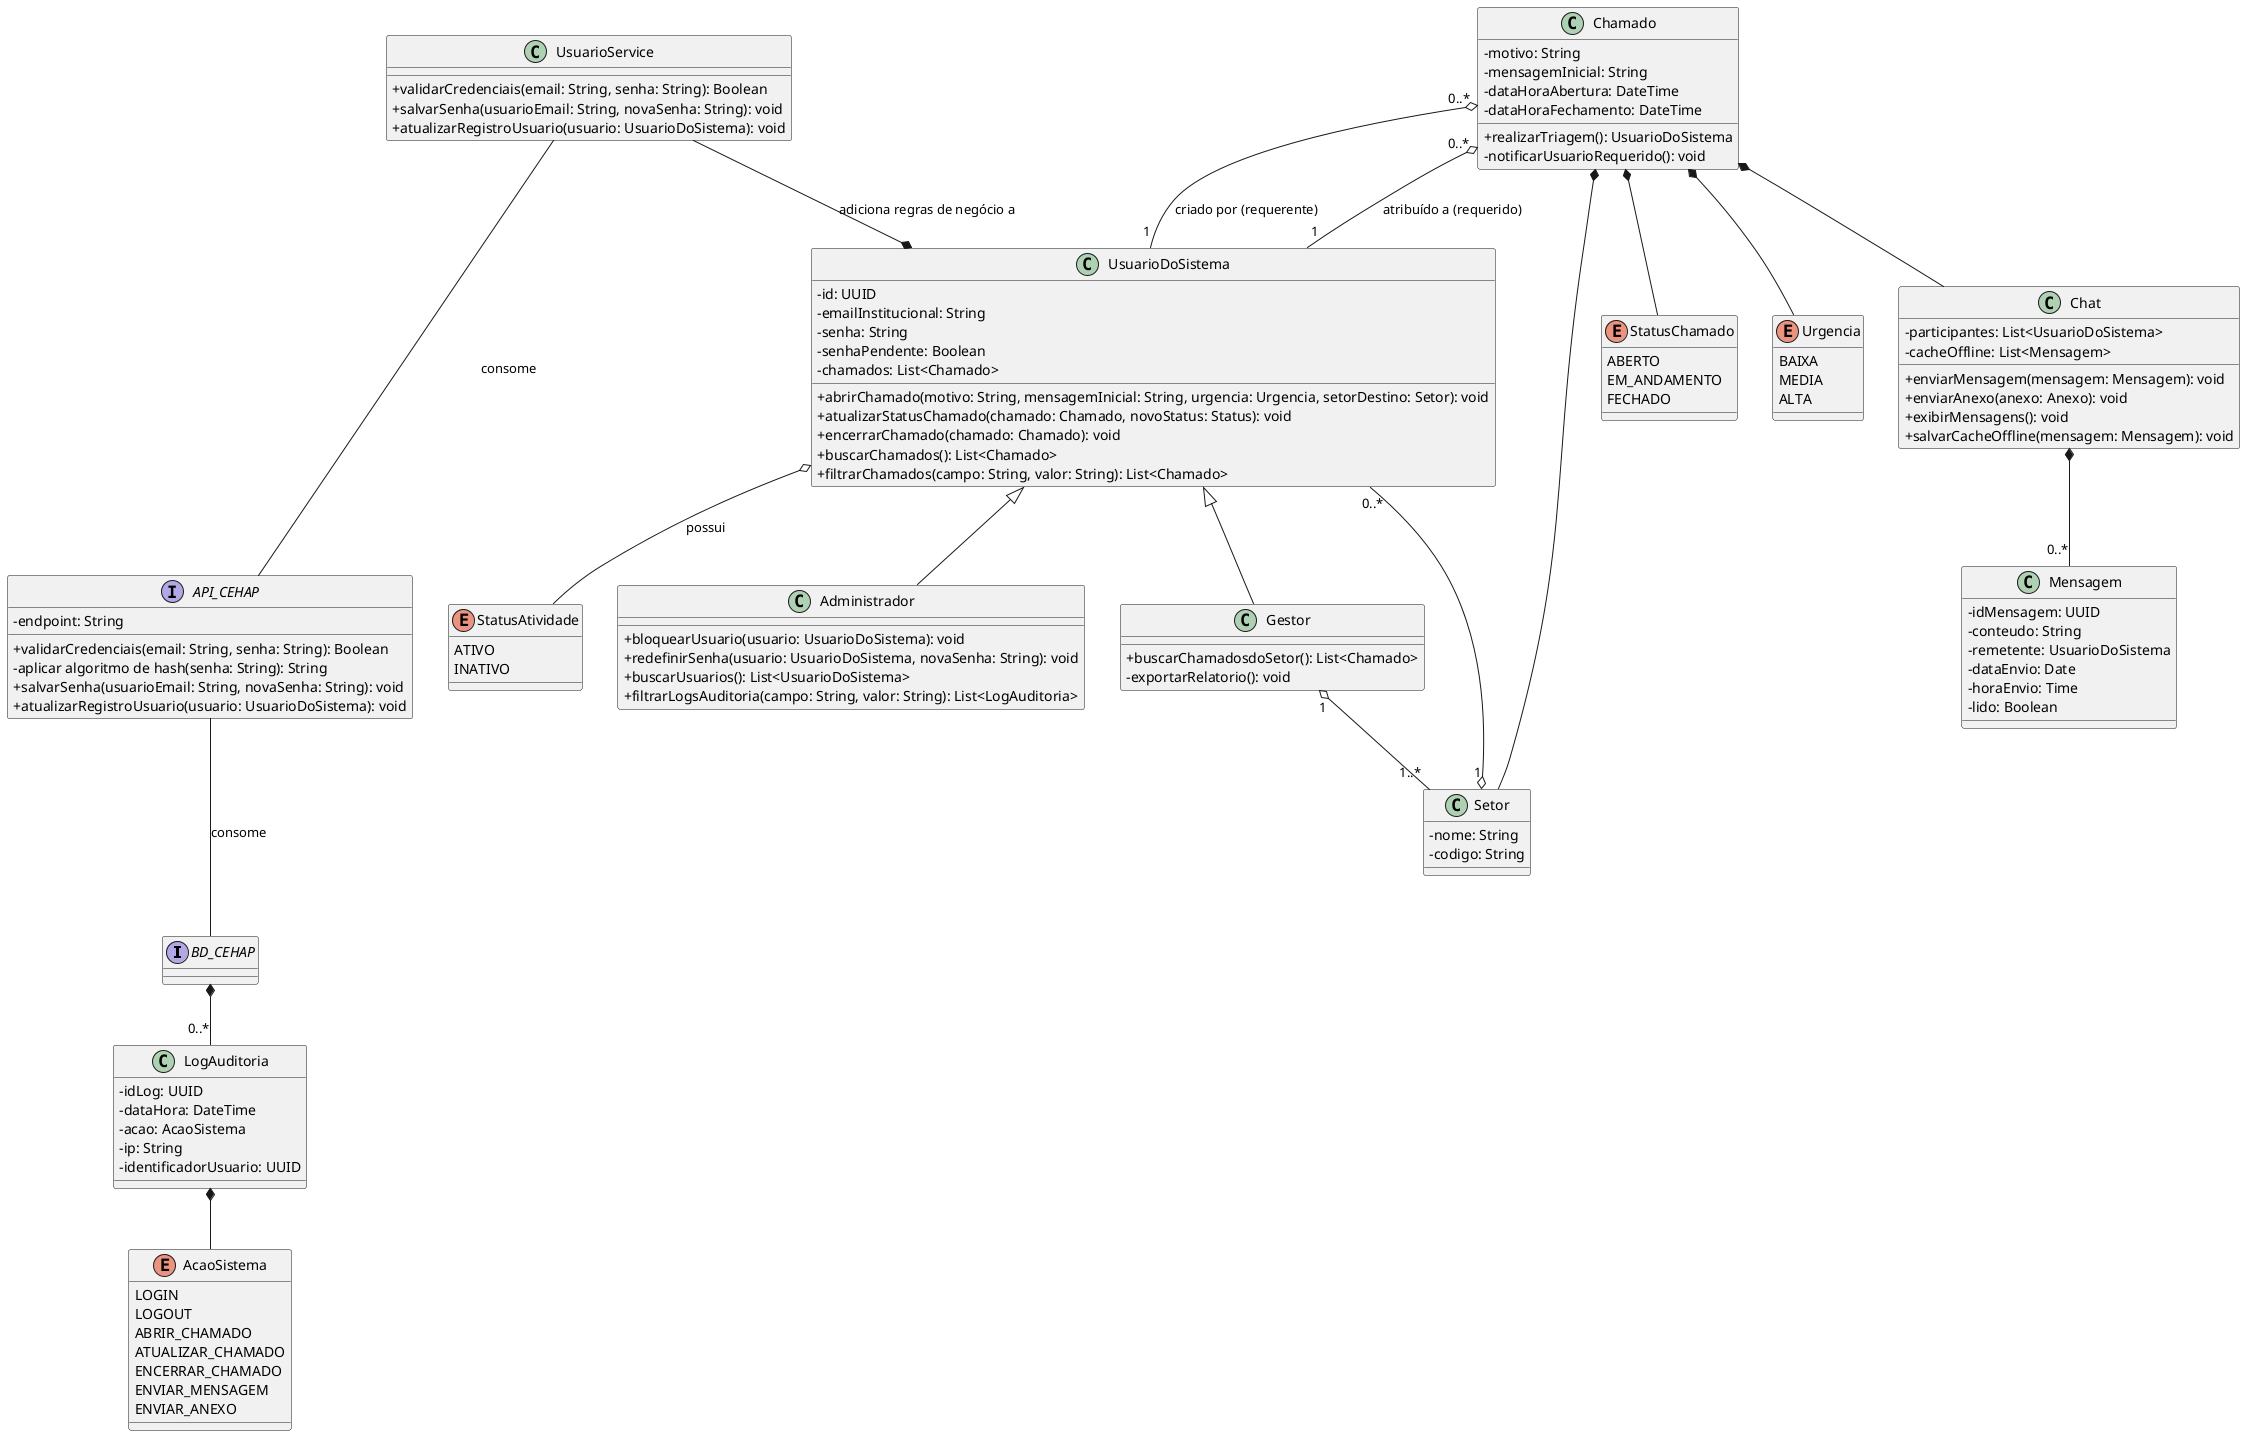
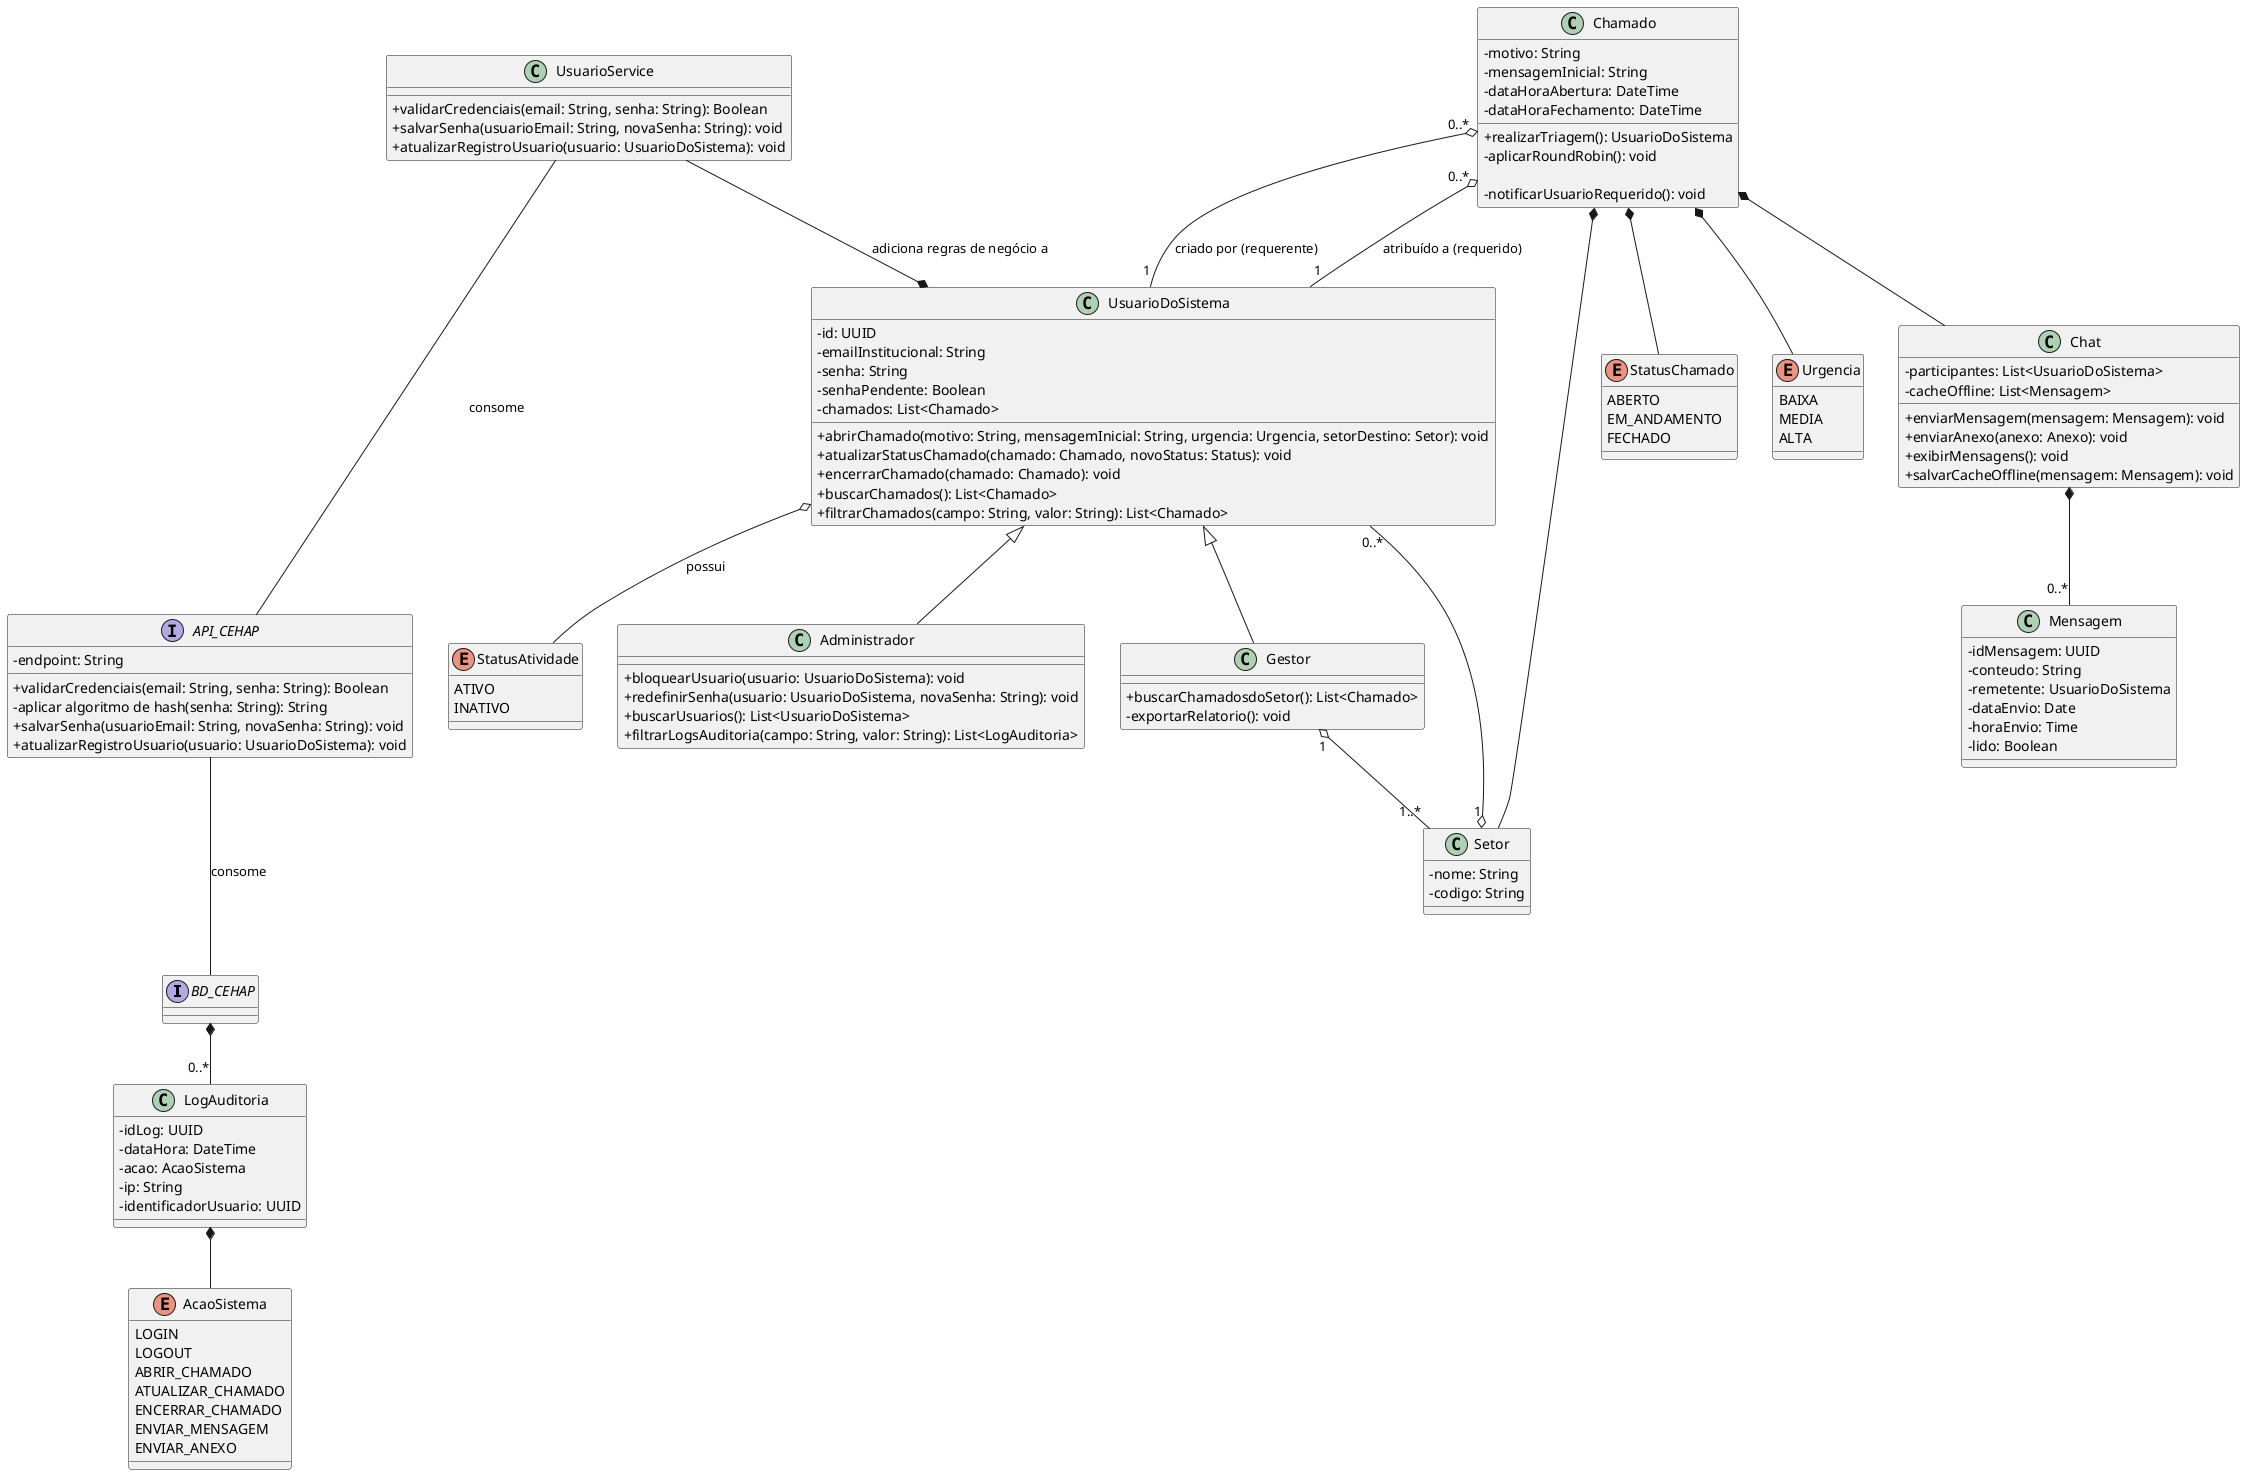
@startuml
skinparam classAttributeIconSize 0
skinparam visibilityCharCharSeparator " "

' ==========================================
' MÓDULO 1: INFRAESTRUTURA E AUTENTICAÇÃO
' ==========================================

interface BD_CEHAP

interface API_CEHAP {
    -endpoint: String
    +validarCredenciais(email: String, senha: String): Boolean
    -aplicar algoritmo de hash(senha: String): String
    +salvarSenha(usuarioEmail: String, novaSenha: String): void
    +atualizarRegistroUsuario(usuario: UsuarioDoSistema): void
}


class UsuarioService {
    +validarCredenciais(email: String, senha: String): Boolean
    +salvarSenha(usuarioEmail: String, novaSenha: String): void
    +atualizarRegistroUsuario(usuario: UsuarioDoSistema): void
}

UsuarioService --- API_CEHAP : "consome"
API_CEHAP --- BD_CEHAP : "consome"
UsuarioService --* UsuarioDoSistema : "adiciona regras de negócio a"

' ==========================================
' MÓDULO 2: USUÁRIOS E PERMISSÕES
' ==========================================

enum StatusAtividade {
    ATIVO
    INATIVO
}

class Setor {
    -nome: String
    -codigo: String
}

class UsuarioDoSistema {
    -id: UUID
    -emailInstitucional: String
    -senha: String
    -senhaPendente: Boolean
    -chamados: List<Chamado>
    +abrirChamado(motivo: String, mensagemInicial: String, urgencia: Urgencia, setorDestino: Setor): void
    +atualizarStatusChamado(chamado: Chamado, novoStatus: Status): void
    +encerrarChamado(chamado: Chamado): void
    +buscarChamados(): List<Chamado>
    +filtrarChamados(campo: String, valor: String): List<Chamado>
}

class Administrador {
    +bloquearUsuario(usuario: UsuarioDoSistema): void
    +redefinirSenha(usuario: UsuarioDoSistema, novaSenha: String): void
    +buscarUsuarios(): List<UsuarioDoSistema>
    +filtrarLogsAuditoria(campo: String, valor: String): List<LogAuditoria>
}

class Gestor {
    +buscarChamadosdoSetor(): List<Chamado>
    -exportarRelatorio(): void
}

UsuarioDoSistema <|-- Administrador
UsuarioDoSistema <|-- Gestor
Gestor "1" o-- "1..*" Setor
Setor "1" o-- "0..*" UsuarioDoSistema
UsuarioDoSistema o-- StatusAtividade : "possui"

' ==========================================
' MÓDULO 3: FLUXO DE CHAMADOS E CHAT
' ==========================================

enum StatusChamado {
    ABERTO
    EM_ANDAMENTO
    FECHADO
}

enum Urgencia {
    BAIXA
    MEDIA
    ALTA
}

class Mensagem {
    -idMensagem: UUID
    -conteudo: String
    -remetente: UsuarioDoSistema
    -dataEnvio: Date
    -horaEnvio: Time
    -lido: Boolean
}

class Chat {
    -participantes: List<UsuarioDoSistema>
    -cacheOffline: List<Mensagem>
    +enviarMensagem(mensagem: Mensagem): void
    +enviarAnexo(anexo: Anexo): void
    +exibirMensagens(): void
    +salvarCacheOffline(mensagem: Mensagem): void
}

class Chamado {
    -motivo: String
    -mensagemInicial: String
    -dataHoraAbertura: DateTime
    -dataHoraFechamento: DateTime
    +realizarTriagem(): UsuarioDoSistema
+     -aplicarRoundRobin(): void
+ 
    -notificarUsuarioRequerido(): void
}

Chamado *-- Urgencia
Chamado *-- StatusChamado
Chamado *-- Setor
Chamado *-- Chat
Chat *-- "0..*" Mensagem

' Vínculos entre Usuários e Chamados
Chamado "0..*" o-- "1" UsuarioDoSistema : "criado por (requerente)"
Chamado "0..*" o-- "1" UsuarioDoSistema : "atribuído a (requerido)"

' ==========================================
' MÓDULO 4: AUDITORIA
' ==========================================

enum AcaoSistema {
    LOGIN
    LOGOUT
    ABRIR_CHAMADO
    ATUALIZAR_CHAMADO
    ENCERRAR_CHAMADO
    ENVIAR_MENSAGEM
    ENVIAR_ANEXO
}

class LogAuditoria {
    -idLog: UUID
    -dataHora: DateTime
    -acao: AcaoSistema
    -ip: String
    -identificadorUsuario: UUID
}

LogAuditoria *-- AcaoSistema
BD_CEHAP *-- "0..*" LogAuditoria

@enduml